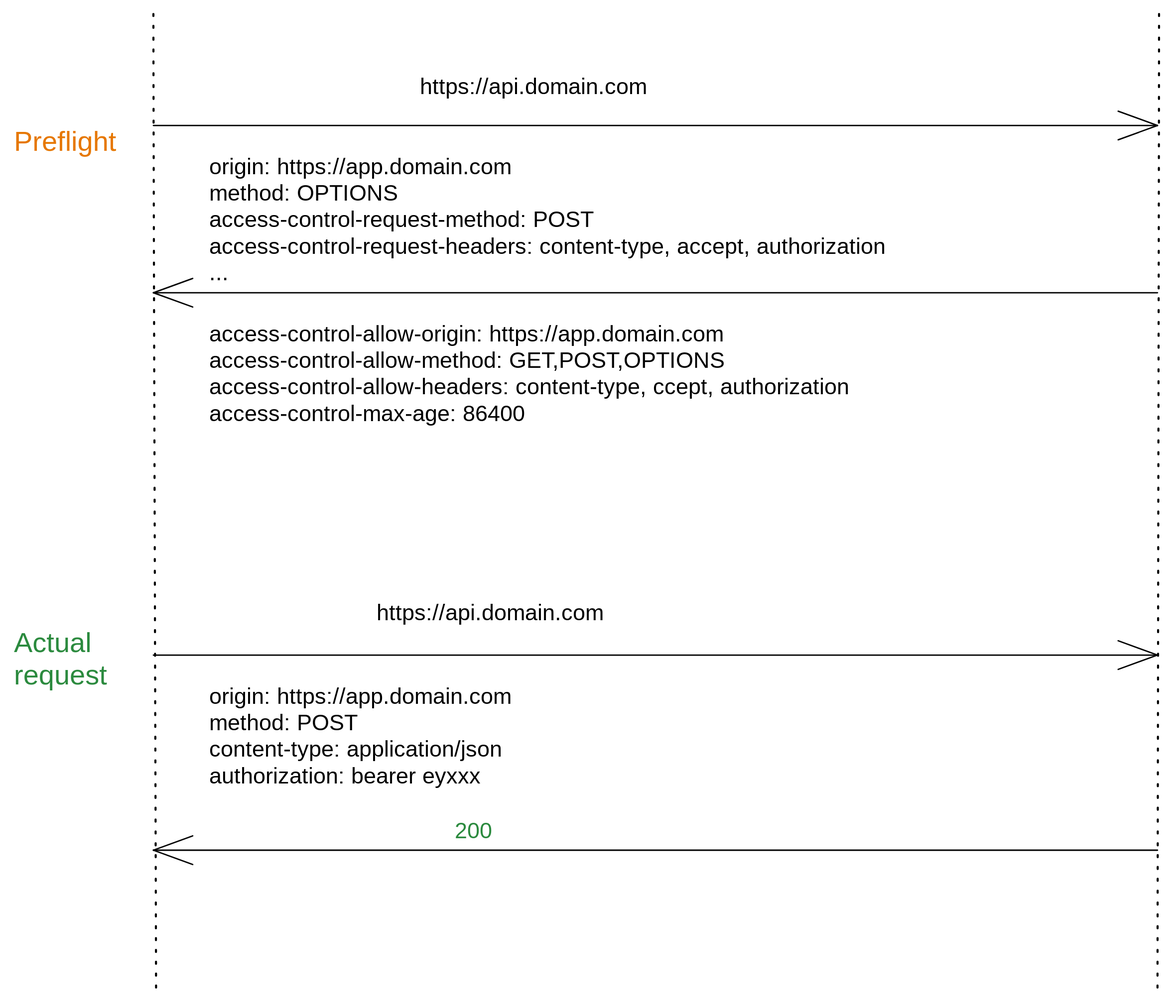
Earlier version of the Excalidraw export assets/cors-preflight.svg (6thfdwp/learning-thoughts). Source tidied: one line per element, renumbered; positions are measured from the earlier drawing's top-left corner, leaving out a move shared by most shapes. Its diagram source:
```json
{"id": 0, "type": "line", "strokeColor": "#000000", "strokeWidth": 1, "strokeStyle": "dotted", "roughness": 1, "x": 101, "y": 0, "width": 0, "height": 700, "points": [[0, 0], [0, 700]]}
{"id": 1, "type": "line", "strokeColor": "#000000", "strokeWidth": 1, "strokeStyle": "dotted", "roughness": 1, "x": 820, "y": 0, "width": 0, "height": 700, "points": [[0, 0], [0, 700]]}
{"id": 2, "type": "arrow", "strokeColor": "#000000", "strokeWidth": 1, "roughness": 0, "endArrowhead": "arrow", "x": 100, "y": 80, "width": 720, "height": 0, "points": [[0, 0], [720, 0]]}
{"id": 3, "type": "arrow", "strokeColor": "#000000", "strokeWidth": 1, "roughness": 0, "endArrowhead": "arrow", "x": 820, "y": 200, "width": 720, "height": 0, "points": [[0, 0], [-720, 0]]}
{"id": 4, "type": "text", "text": "Preflight", "strokeColor": "#e67700", "strokeWidth": 1, "roughness": 0, "fontSize": 20, "fontFamily": 2, "x": 0, "y": 80, "width": 73, "height": 23}
{"id": 5, "type": "arrow", "strokeColor": "#000000", "strokeWidth": 1, "roughness": 0, "endArrowhead": "arrow", "x": 100, "y": 460, "width": 720, "height": 0, "points": [[0, 0], [720, 0]]}
{"id": 6, "type": "text", "text": "Actual \nrequest", "strokeColor": "#2b8a3e", "strokeWidth": 1, "roughness": 0, "fontSize": 20, "fontFamily": 2, "x": 0, "y": 440, "width": 67, "height": 46}
{"id": 7, "type": "text", "text": "origin: https://app.domain.com\nmethod: OPTIONS\naccess-control-request-method: POST\naccess-control-request-headers: content-type, accept, authorization\n...", "strokeColor": "#000000", "strokeWidth": 1, "roughness": 0, "fontSize": 16, "fontFamily": 3, "x": 140, "y": 100, "width": 628, "height": 95}
{"id": 8, "type": "text", "text": "https://api.domain.com", "strokeColor": "#000000", "strokeWidth": 1, "roughness": 0, "fontSize": 16, "fontFamily": 3, "x": 291, "y": 42, "width": 206, "height": 19}
{"id": 9, "type": "text", "text": "access-control-allow-origin: https://app.domain.com\naccess-control-allow-method: GET,POST,OPTIONS\naccess-control-allow-headers: content-type, ccept, authorization\naccess-control-max-age: 86400", "strokeColor": "#000000", "strokeWidth": 1, "roughness": 0, "fontSize": 16, "fontFamily": 3, "x": 140, "y": 220, "width": 600, "height": 76}
{"id": 10, "type": "text", "text": "https://api.domain.com", "strokeColor": "#000000", "strokeWidth": 1, "roughness": 0, "fontSize": 16, "fontFamily": 3, "x": 260, "y": 420, "width": 206, "height": 19}
{"id": 11, "type": "text", "text": "origin: https://app.domain.com\nmethod: POST\ncontent-type: application/json\nauthorization: bearer eyxxx", "strokeColor": "#000000", "strokeWidth": 1, "roughness": 0, "fontSize": 16, "fontFamily": 3, "x": 140, "y": 480, "width": 281, "height": 76}
{"id": 12, "type": "arrow", "strokeColor": "#000000", "strokeWidth": 1, "roughness": 0, "endArrowhead": "arrow", "x": 820, "y": 600, "width": 720, "height": 0, "points": [[0, 0], [-720, 0]]}
{"id": 13, "type": "text", "text": "200 ", "strokeColor": "#2b8a3e", "strokeWidth": 1, "roughness": 0, "fontSize": 16, "fontFamily": 3, "x": 316, "y": 576, "width": 38, "height": 19}
```
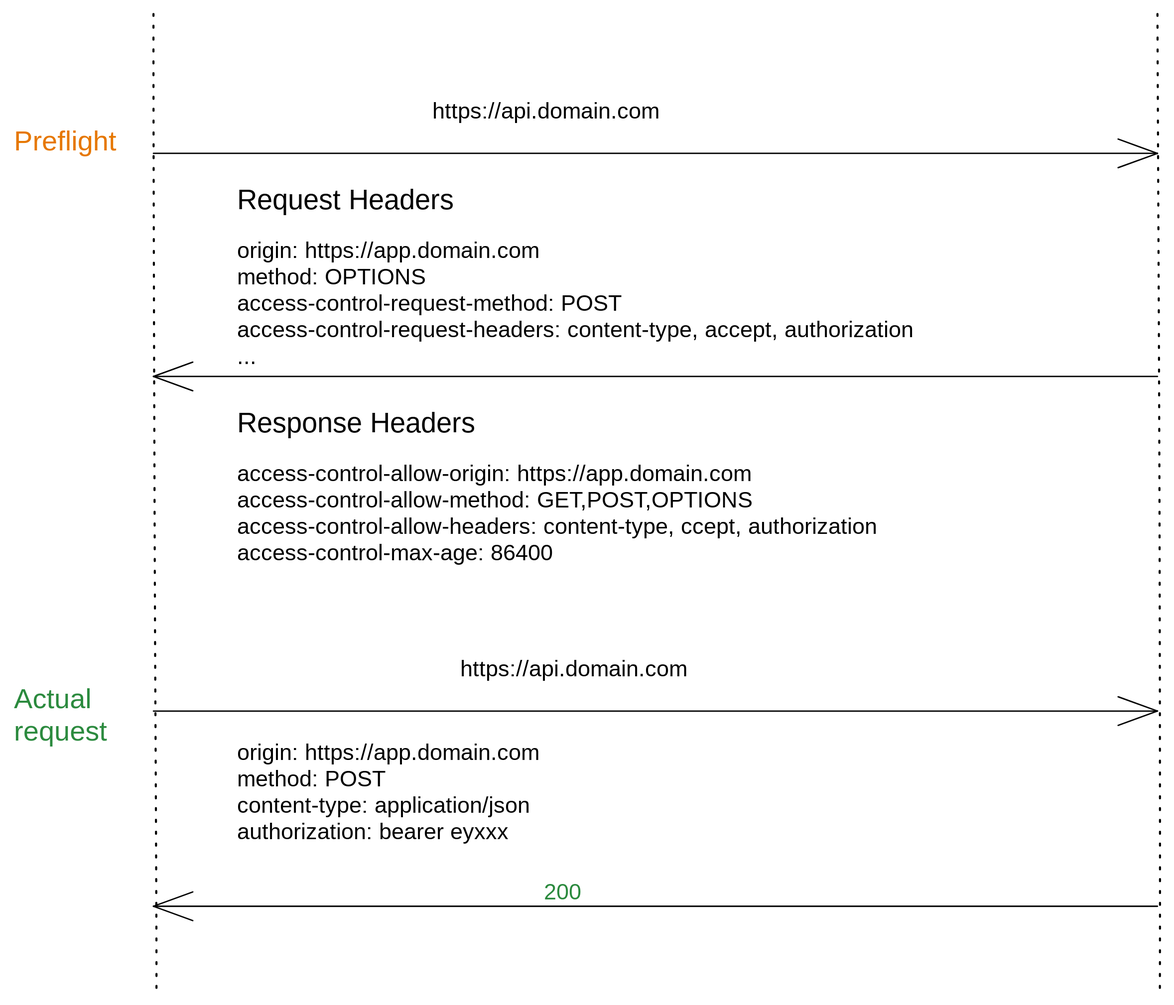
After the change.

Commit message:
update cors svg with animate

Diff of the diagram source:
```diff
@@ -1,14 +1,16 @@
-{"id": 0, "type": "line", "strokeColor": "#000000", "strokeWidth": 1, "strokeStyle": "dotted", "roughness": 1, "x": 101, "y": 0, "width": 0, "height": 700, "points": [[0, 0], [0, 700]]}
-{"id": 1, "type": "line", "strokeColor": "#000000", "strokeWidth": 1, "strokeStyle": "dotted", "roughness": 1, "x": 820, "y": 0, "width": 0, "height": 700, "points": [[0, 0], [0, 700]]}
-{"id": 2, "type": "arrow", "strokeColor": "#000000", "strokeWidth": 1, "roughness": 0, "endArrowhead": "arrow", "x": 100, "y": 80, "width": 720, "height": 0, "points": [[0, 0], [720, 0]]}
-{"id": 3, "type": "arrow", "strokeColor": "#000000", "strokeWidth": 1, "roughness": 0, "endArrowhead": "arrow", "x": 820, "y": 200, "width": 720, "height": 0, "points": [[0, 0], [-720, 0]]}
+{"id": 14, "type": "line", "strokeColor": "#000000", "strokeWidth": 1, "strokeStyle": "dotted", "roughness": 1, "x": 1061, "y": 20, "width": 0, "height": 700, "points": [[0, 0], [0, 359], [0, 700]]}
+{"id": 15, "type": "line", "strokeColor": "#000000", "strokeWidth": 1, "strokeStyle": "dotted", "roughness": 1, "x": 1781, "y": 19, "width": 0, "height": 700, "points": [[0, 0], [0, 360], [0, 700]]}
-{"id": 4, "type": "text", "text": "Preflight", "strokeColor": "#e67700", "strokeWidth": 1, "roughness": 0, "fontSize": 20, "fontFamily": 2, "x": 0, "y": 80, "width": 73, "height": 23}
+{"id": 4, "type": "text", "text": "Preflight", "strokeColor": "#e67700", "strokeWidth": 1, "roughness": 0, "fontSize": 20, "fontFamily": 2, "x": 960, "y": 100, "width": 73, "height": 23}
-{"id": 5, "type": "arrow", "strokeColor": "#000000", "strokeWidth": 1, "roughness": 0, "endArrowhead": "arrow", "x": 100, "y": 460, "width": 720, "height": 0, "points": [[0, 0], [720, 0]]}
+{"id": 16, "type": "arrow", "strokeColor": "#000000", "strokeWidth": 1, "roughness": 0, "endArrowhead": "arrow", "x": 1060, "y": 120, "width": 720, "height": 0, "points": [[0, 0], [720, 0]]}
+{"id": 17, "type": "text", "text": "https://api.domain.com", "strokeColor": "#000000", "strokeWidth": 1, "roughness": 0, "fontSize": 16, "fontFamily": 3, "x": 1260, "y": 80, "width": 206, "height": 19}
+{"id": 18, "type": "text", "text": "Request Headers", "strokeColor": "#000000", "strokeWidth": 2, "roughness": 0, "fontSize": 20, "fontFamily": 3, "x": 1120, "y": 140, "width": 177, "height": 24}
+{"id": 7, "type": "text", "text": "origin: https://app.domain.com\nmethod: OPTIONS\naccess-control-request-method: POST\naccess-control-request-headers: content-type, accept, authorization\n...", "strokeColor": "#000000", "strokeWidth": 1, "roughness": 0, "fontSize": 16, "fontFamily": 3, "x": 1120, "y": 180, "width": 628, "height": 95}
+{"id": 19, "type": "arrow", "strokeColor": "#000000", "strokeWidth": 1, "roughness": 0, "endArrowhead": "arrow", "x": 1780, "y": 280, "width": 720, "height": 0, "points": [[0, 0], [-720, 0]]}
+{"id": 9, "type": "text", "text": "access-control-allow-origin: https://app.domain.com\naccess-control-allow-method: GET,POST,OPTIONS\naccess-control-allow-headers: content-type, ccept, authorization\naccess-control-max-age: 86400", "strokeColor": "#000000", "strokeWidth": 1, "roughness": 0, "fontSize": 16, "fontFamily": 3, "x": 1120, "y": 340, "width": 600, "height": 76}
+{"id": 20, "type": "text", "text": "Response Headers", "strokeColor": "#000000", "strokeWidth": 2, "roughness": 0, "fontSize": 20, "fontFamily": 3, "x": 1120, "y": 300, "width": 189, "height": 24}
-{"id": 6, "type": "text", "text": "Actual \nrequest", "strokeColor": "#2b8a3e", "strokeWidth": 1, "roughness": 0, "fontSize": 20, "fontFamily": 2, "x": 0, "y": 440, "width": 67, "height": 46}
+{"id": 6, "type": "text", "text": "Actual \nrequest", "strokeColor": "#2b8a3e", "strokeWidth": 1, "roughness": 0, "fontSize": 20, "fontFamily": 2, "x": 960, "y": 500, "width": 67, "height": 46}
-{"id": 7, "type": "text", "text": "origin: https://app.domain.com\nmethod: OPTIONS\naccess-control-request-method: POST\naccess-control-request-headers: content-type, accept, authorization\n...", "strokeColor": "#000000", "strokeWidth": 1, "roughness": 0, "fontSize": 16, "fontFamily": 3, "x": 140, "y": 100, "width": 628, "height": 95}
-{"id": 8, "type": "text", "text": "https://api.domain.com", "strokeColor": "#000000", "strokeWidth": 1, "roughness": 0, "fontSize": 16, "fontFamily": 3, "x": 291, "y": 42, "width": 206, "height": 19}
-{"id": 9, "type": "text", "text": "access-control-allow-origin: https://app.domain.com\naccess-control-allow-method: GET,POST,OPTIONS\naccess-control-allow-headers: content-type, ccept, authorization\naccess-control-max-age: 86400", "strokeColor": "#000000", "strokeWidth": 1, "roughness": 0, "fontSize": 16, "fontFamily": 3, "x": 140, "y": 220, "width": 600, "height": 76}
-{"id": 10, "type": "text", "text": "https://api.domain.com", "strokeColor": "#000000", "strokeWidth": 1, "roughness": 0, "fontSize": 16, "fontFamily": 3, "x": 260, "y": 420, "width": 206, "height": 19}
+{"id": 21, "type": "arrow", "strokeColor": "#000000", "strokeWidth": 1, "roughness": 0, "endArrowhead": "arrow", "x": 1060, "y": 520, "width": 720, "height": 0, "points": [[0, 0], [720, 0]]}
+{"id": 22, "type": "text", "text": "https://api.domain.com", "strokeColor": "#000000", "strokeWidth": 1, "roughness": 0, "fontSize": 16, "fontFamily": 3, "x": 1280, "y": 480, "width": 206, "height": 19}
-{"id": 11, "type": "text", "text": "origin: https://app.domain.com\nmethod: POST\ncontent-type: application/json\nauthorization: bearer eyxxx", "strokeColor": "#000000", "strokeWidth": 1, "roughness": 0, "fontSize": 16, "fontFamily": 3, "x": 140, "y": 480, "width": 281, "height": 76}
+{"id": 11, "type": "text", "text": "origin: https://app.domain.com\nmethod: POST\ncontent-type: application/json\nauthorization: bearer eyxxx", "strokeColor": "#000000", "strokeWidth": 1, "roughness": 0, "fontSize": 16, "fontFamily": 3, "x": 1120, "y": 540, "width": 281, "height": 76}
-{"id": 12, "type": "arrow", "strokeColor": "#000000", "strokeWidth": 1, "roughness": 0, "endArrowhead": "arrow", "x": 820, "y": 600, "width": 720, "height": 0, "points": [[0, 0], [-720, 0]]}
+{"id": 23, "type": "arrow", "strokeColor": "#000000", "strokeWidth": 1, "roughness": 0, "endArrowhead": "arrow", "x": 1780, "y": 660, "width": 720, "height": 0, "points": [[0, 0], [-720, 0]]}
-{"id": 13, "type": "text", "text": "200 ", "strokeColor": "#2b8a3e", "strokeWidth": 1, "roughness": 0, "fontSize": 16, "fontFamily": 3, "x": 316, "y": 576, "width": 38, "height": 19}
+{"id": 13, "type": "text", "text": "200 ", "strokeColor": "#2b8a3e", "strokeWidth": 1, "roughness": 0, "fontSize": 16, "fontFamily": 3, "x": 1340, "y": 640, "width": 38, "height": 19}
```
